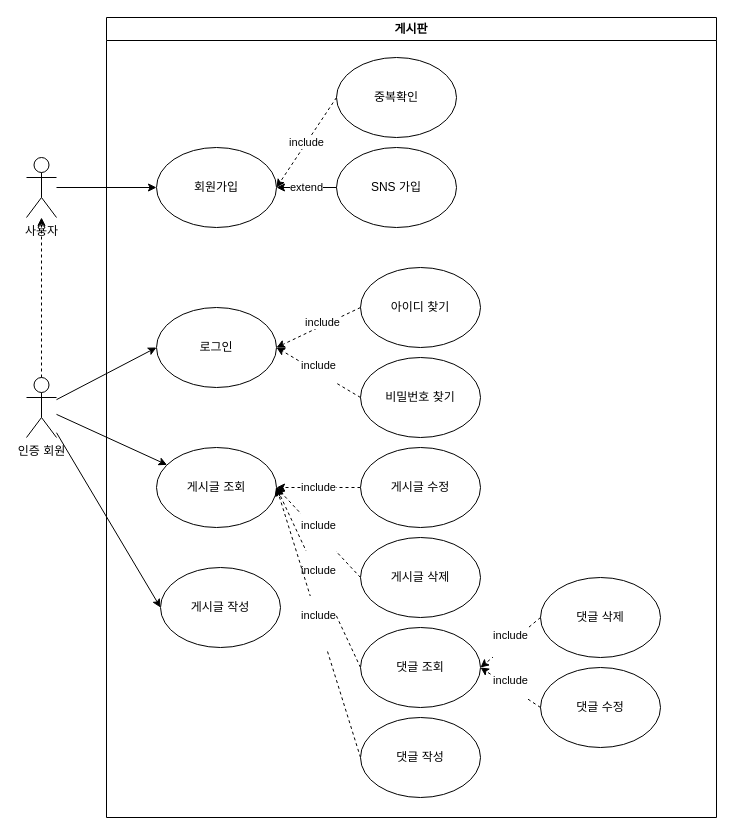
juno-choi/simple-board keeps this draw.io diagram as simpleBoard.drawio. Above is the earlier version. Source tidied: cells renumbered, new cells numbered last; positions are measured from the earlier drawing's top-left corner, leaving out a move shared by most shapes. Both pictures are drawn from the tidied source at 100%, with x=0, y=0 at pixel (26, 17).
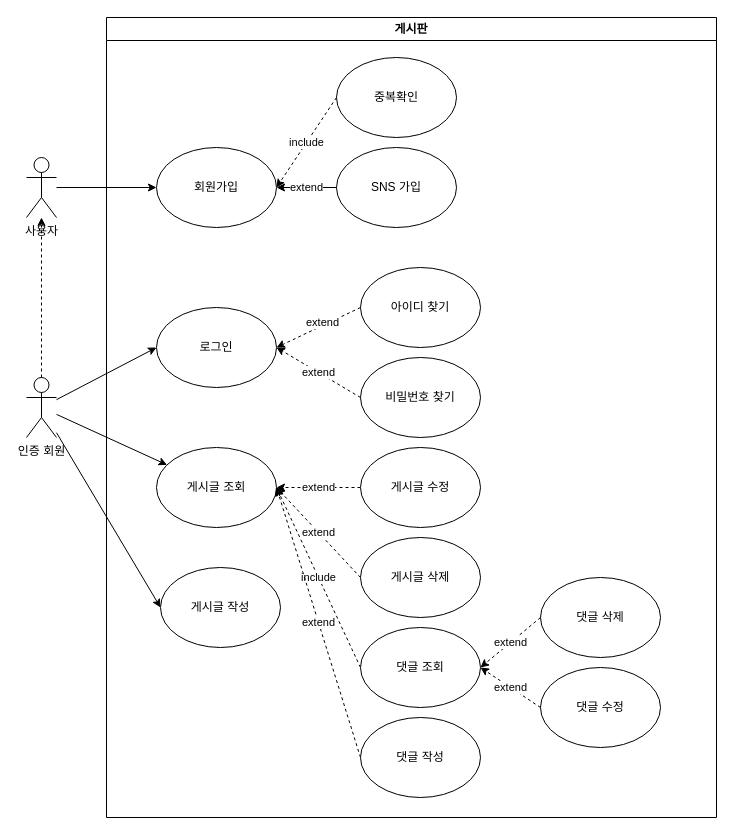
Above is the later version.

Commit message (it also covers changes not shown here):
fix: 유스케이스 이미지 수정

Unchanged cells that the change refers to:
```xml
<mxCell id="9" value="게시판" style="swimlane;whiteSpace=wrap;html=1;" parent="1" vertex="1">
  <mxGeometry x="80" width="610" height="800" as="geometry" />
</mxCell>
<mxCell id="10" value="로그인" style="ellipse;whiteSpace=wrap;html=1;" parent="9" vertex="1">
  <mxGeometry x="50" y="290" width="120" height="80" as="geometry" />
</mxCell>
<mxCell id="12" value="게시글 조회" style="ellipse;whiteSpace=wrap;html=1;" parent="9" vertex="1">
  <mxGeometry x="50" y="430" width="120" height="80" as="geometry" />
</mxCell>
<mxCell id="17" value="게시글 수정" style="ellipse;whiteSpace=wrap;html=1;" parent="9" vertex="1">
  <mxGeometry x="254" y="430" width="120" height="80" as="geometry" />
</mxCell>
<mxCell id="18" value="게시글 삭제" style="ellipse;whiteSpace=wrap;html=1;" parent="9" vertex="1">
  <mxGeometry x="254" y="520" width="120" height="80" as="geometry" />
</mxCell>
<mxCell id="19" value="댓글 작성" style="ellipse;whiteSpace=wrap;html=1;" parent="9" vertex="1">
  <mxGeometry x="254" y="700" width="120" height="80" as="geometry" />
</mxCell>
<mxCell id="20" value="댓글 조회" style="ellipse;whiteSpace=wrap;html=1;" parent="9" vertex="1">
  <mxGeometry x="254" y="610" width="120" height="80" as="geometry" />
</mxCell>
<mxCell id="21" value="댓글 수정" style="ellipse;whiteSpace=wrap;html=1;" parent="9" vertex="1">
  <mxGeometry x="434" y="650" width="120" height="80" as="geometry" />
</mxCell>
<mxCell id="22" value="댓글 삭제" style="ellipse;whiteSpace=wrap;html=1;" parent="9" vertex="1">
  <mxGeometry x="434" y="560" width="120" height="80" as="geometry" />
</mxCell>
<mxCell id="26" value="비밀번호 찾기" style="ellipse;whiteSpace=wrap;html=1;" parent="9" vertex="1">
  <mxGeometry x="254" y="340" width="120" height="80" as="geometry" />
</mxCell>
<mxCell id="28" style="endArrow=classic;html=1;rounded=0;exitX=0;exitY=0.5;exitDx=0;exitDy=0;entryX=1;entryY=0.5;entryDx=0;entryDy=0;dashed=1;" parent="9" edge="1" source="25" target="10">
  <mxGeometry relative="1" as="geometry" />
</mxCell>
```

Diff of the diagram source:
```diff
@@
-    <mxCell id="13" value="include" style="endArrow=classic;html=1;rounded=0;exitX=0;exitY=0.5;exitDx=0;exitDy=0;entryX=1;entryY=0.5;entryDx=0;entryDy=0;dashed=1;" parent="9" edge="1" source="17" target="12">
+    <mxCell id="13" value="extend" style="endArrow=classic;html=1;rounded=0;exitX=0;exitY=0.5;exitDx=0;exitDy=0;entryX=1;entryY=0.5;entryDx=0;entryDy=0;dashed=1;" parent="9" edge="1" source="17" target="12">
       <mxGeometry relative="1" as="geometry" />
     </mxCell>
-    <mxCell id="14" value="&#10;&lt;span style=&quot;color: rgb(0, 0, 0); font-family: Helvetica; font-size: 11px; font-style: normal; font-variant-ligatures: normal; font-variant-caps: normal; font-weight: 400; letter-spacing: normal; orphans: 2; text-align: center; text-indent: 0px; text-transform: none; widows: 2; word-spacing: 0px; -webkit-text-stroke-width: 0px; white-space: nowrap; background-color: rgb(255, 255, 255); text-decoration-thickness: initial; text-decoration-style: initial; text-decoration-color: initial; display: inline !important; float: none;&quot;&gt;include&lt;/span&gt;&#10;&#10;" style="endArrow=classic;html=1;rounded=0;exitX=0;exitY=0.5;exitDx=0;exitDy=0;entryX=1;entryY=0.5;entryDx=0;entryDy=0;dashed=1;" parent="9" edge="1" source="18" target="12">
+    <mxCell id="14" value="extend" style="endArrow=classic;html=1;rounded=0;exitX=0;exitY=0.5;exitDx=0;exitDy=0;entryX=1;entryY=0.5;entryDx=0;entryDy=0;dashed=1;" parent="9" edge="1" source="18" target="12">
       <mxGeometry relative="1" as="geometry" />
     </mxCell>
-    <mxCell id="15" value="&#10;&lt;span style=&quot;color: rgb(0, 0, 0); font-family: Helvetica; font-size: 11px; font-style: normal; font-variant-ligatures: normal; font-variant-caps: normal; font-weight: 400; letter-spacing: normal; orphans: 2; text-align: center; text-indent: 0px; text-transform: none; widows: 2; word-spacing: 0px; -webkit-text-stroke-width: 0px; white-space: nowrap; background-color: rgb(255, 255, 255); text-decoration-thickness: initial; text-decoration-style: initial; text-decoration-color: initial; display: inline !important; float: none;&quot;&gt;include&lt;/span&gt;&#10;&#10;" style="endArrow=classic;html=1;rounded=0;exitX=0;exitY=0.5;exitDx=0;exitDy=0;entryX=1;entryY=0.5;entryDx=0;entryDy=0;dashed=1;" parent="9" edge="1" source="20" target="12">
+    <mxCell id="15" value="include" style="endArrow=classic;html=1;rounded=0;exitX=0;exitY=0.5;exitDx=0;exitDy=0;entryX=1;entryY=0.5;entryDx=0;entryDy=0;dashed=1;" parent="9" edge="1" source="20" target="12">
       <mxGeometry relative="1" as="geometry" />
     </mxCell>
-    <mxCell id="16" value="&#10;&lt;span style=&quot;color: rgb(0, 0, 0); font-family: Helvetica; font-size: 11px; font-style: normal; font-variant-ligatures: normal; font-variant-caps: normal; font-weight: 400; letter-spacing: normal; orphans: 2; text-align: center; text-indent: 0px; text-transform: none; widows: 2; word-spacing: 0px; -webkit-text-stroke-width: 0px; white-space: nowrap; background-color: rgb(255, 255, 255); text-decoration-thickness: initial; text-decoration-style: initial; text-decoration-color: initial; display: inline !important; float: none;&quot;&gt;include&lt;/span&gt;&#10;&#10;" style="endArrow=classic;html=1;rounded=0;exitX=0;exitY=0.5;exitDx=0;exitDy=0;entryX=1;entryY=0.5;entryDx=0;entryDy=0;dashed=1;" parent="9" edge="1" source="19" target="12">
+    <mxCell id="16" value="extend" style="endArrow=classic;html=1;rounded=0;exitX=0;exitY=0.5;exitDx=0;exitDy=0;entryX=1;entryY=0.5;entryDx=0;entryDy=0;dashed=1;" parent="9" edge="1" source="19" target="12">
       <mxGeometry relative="1" as="geometry" />
     </mxCell>
@@
-    <mxCell id="23" value="&#10;&lt;span style=&quot;color: rgb(0, 0, 0); font-family: Helvetica; font-size: 11px; font-style: normal; font-variant-ligatures: normal; font-variant-caps: normal; font-weight: 400; letter-spacing: normal; orphans: 2; text-align: center; text-indent: 0px; text-transform: none; widows: 2; word-spacing: 0px; -webkit-text-stroke-width: 0px; white-space: nowrap; background-color: rgb(255, 255, 255); text-decoration-thickness: initial; text-decoration-style: initial; text-decoration-color: initial; display: inline !important; float: none;&quot;&gt;include&lt;/span&gt;&#10;&#10;" style="endArrow=classic;html=1;rounded=0;exitX=0;exitY=0.5;exitDx=0;exitDy=0;entryX=1;entryY=0.5;entryDx=0;entryDy=0;dashed=1;" parent="9" edge="1" source="22" target="20">
+    <mxCell id="23" value="extend" style="endArrow=classic;html=1;rounded=0;exitX=0;exitY=0.5;exitDx=0;exitDy=0;entryX=1;entryY=0.5;entryDx=0;entryDy=0;dashed=1;" parent="9" edge="1" source="22" target="20">
       <mxGeometry relative="1" as="geometry" />
     </mxCell>
-    <mxCell id="24" value="&#10;&lt;span style=&quot;color: rgb(0, 0, 0); font-family: Helvetica; font-size: 11px; font-style: normal; font-variant-ligatures: normal; font-variant-caps: normal; font-weight: 400; letter-spacing: normal; orphans: 2; text-align: center; text-indent: 0px; text-transform: none; widows: 2; word-spacing: 0px; -webkit-text-stroke-width: 0px; white-space: nowrap; background-color: rgb(255, 255, 255); text-decoration-thickness: initial; text-decoration-style: initial; text-decoration-color: initial; display: inline !important; float: none;&quot;&gt;include&lt;/span&gt;&#10;&#10;" style="endArrow=classic;html=1;rounded=0;exitX=0;exitY=0.5;exitDx=0;exitDy=0;entryX=1;entryY=0.5;entryDx=0;entryDy=0;dashed=1;" parent="9" edge="1" source="21" target="20">
+    <mxCell id="24" value="extend" style="endArrow=classic;html=1;rounded=0;exitX=0;exitY=0.5;exitDx=0;exitDy=0;entryX=1;entryY=0.5;entryDx=0;entryDy=0;dashed=1;" parent="9" edge="1" source="21" target="20">
       <mxGeometry relative="1" as="geometry" />
     </mxCell>
@@
-    <mxCell id="27" value="&#10;&lt;span style=&quot;color: rgb(0, 0, 0); font-family: Helvetica; font-size: 11px; font-style: normal; font-variant-ligatures: normal; font-variant-caps: normal; font-weight: 400; letter-spacing: normal; orphans: 2; text-align: center; text-indent: 0px; text-transform: none; widows: 2; word-spacing: 0px; -webkit-text-stroke-width: 0px; white-space: nowrap; background-color: rgb(255, 255, 255); text-decoration-thickness: initial; text-decoration-style: initial; text-decoration-color: initial; display: inline !important; float: none;&quot;&gt;include&lt;/span&gt;&#10;&#10;" style="endArrow=classic;html=1;rounded=0;exitX=0;exitY=0.5;exitDx=0;exitDy=0;entryX=1;entryY=0.5;entryDx=0;entryDy=0;dashed=1;" parent="9" edge="1" source="26" target="10">
+    <mxCell id="27" value="extend" style="endArrow=classic;html=1;rounded=0;exitX=0;exitY=0.5;exitDx=0;exitDy=0;entryX=1;entryY=0.5;entryDx=0;entryDy=0;dashed=1;" parent="9" edge="1" source="26" target="10">
       <mxGeometry relative="1" as="geometry" />
     </mxCell>
@@
-    <mxCell id="29" value="include" style="edgeLabel;html=1;align=center;verticalAlign=middle;" parent="28" vertex="1">
+    <mxCell id="29" value="extend" style="edgeLabel;html=1;align=center;verticalAlign=middle;" parent="28" vertex="1">
       <mxGeometry x="-0.11" y="-3" relative="1" as="geometry" />
     </mxCell>
```
